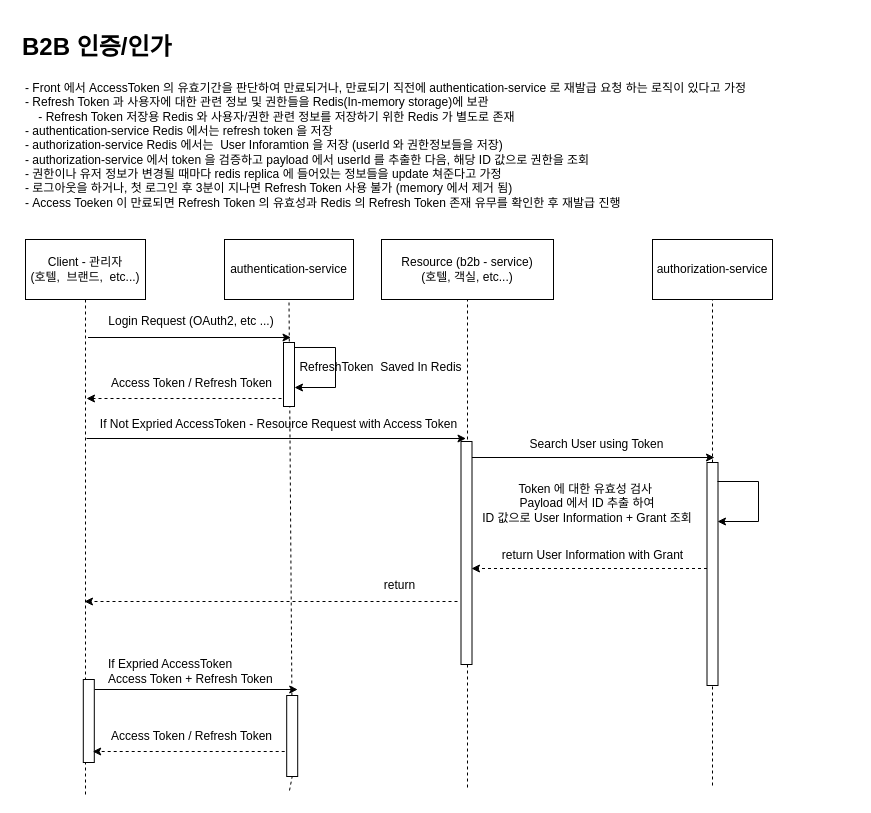
The draw.io diagram drawio/Untitled Diagram.drawio in BAEKJungHo/TIL, before the edit. Source tidied: cells renumbered, new cells numbered last; positions are measured from the earlier drawing's top-left corner, leaving out a move shared by most shapes. Both pictures are drawn from the tidied source at 100%, with x=0, y=0 at pixel (17, 27).
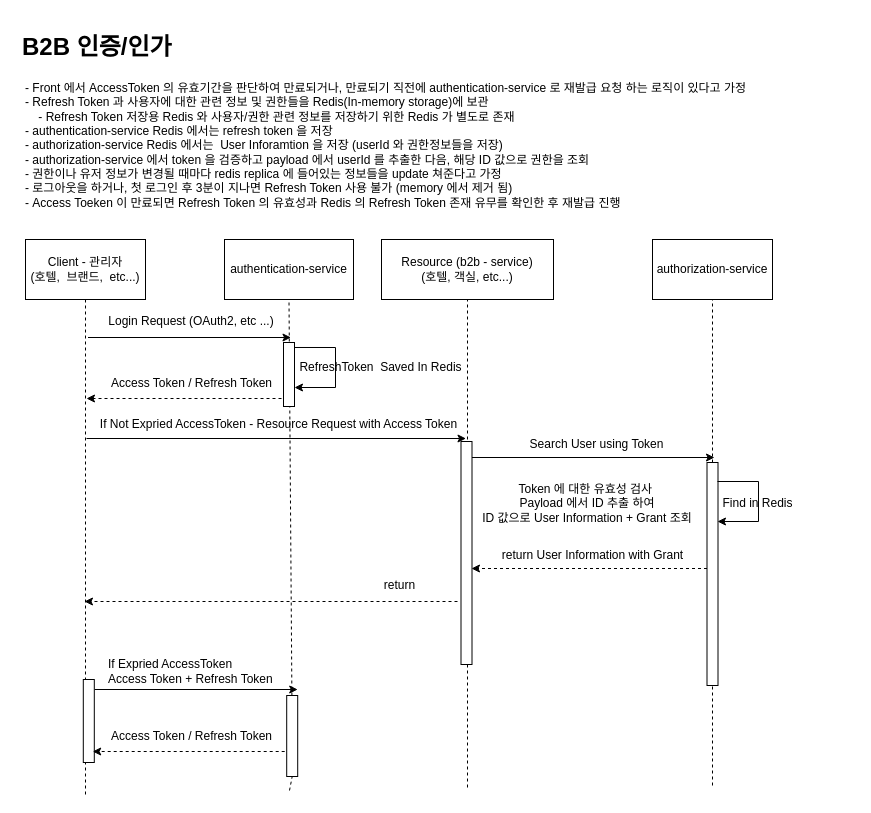
The same page after the edit.

Commit message:
B2B Authentication / Authorization

The edit, as a diff of the source:
```diff
@@
+    <mxCell id="39" value="Find in Redis" style="text;html=1;strokeColor=none;fillColor=none;align=center;verticalAlign=middle;whiteSpace=wrap;rounded=0;" parent="1" vertex="1">
+      <mxGeometry x="644" y="466.5" width="192.5" height="18" as="geometry" />
+    </mxCell>
```
